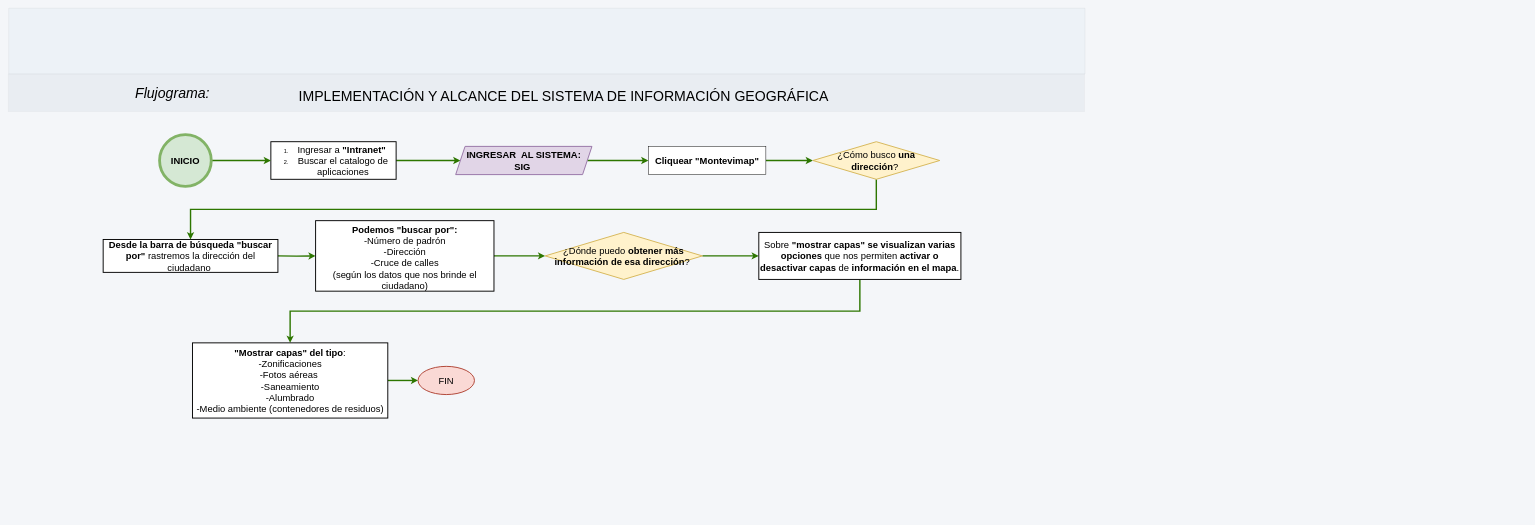
This is SIG_direcciones/SIG dirección.drawio from adlc20/Manual_de_procedimientos_ccz9, a draw.io file, before an edit. Source tidied: cells renumbered, new cells numbered last; positions are measured from the earlier drawing's top-left corner, leaving out a move shared by most shapes. Both pictures are drawn from the tidied source at 47%, with x=0, y=0 at pixel (8, 8).
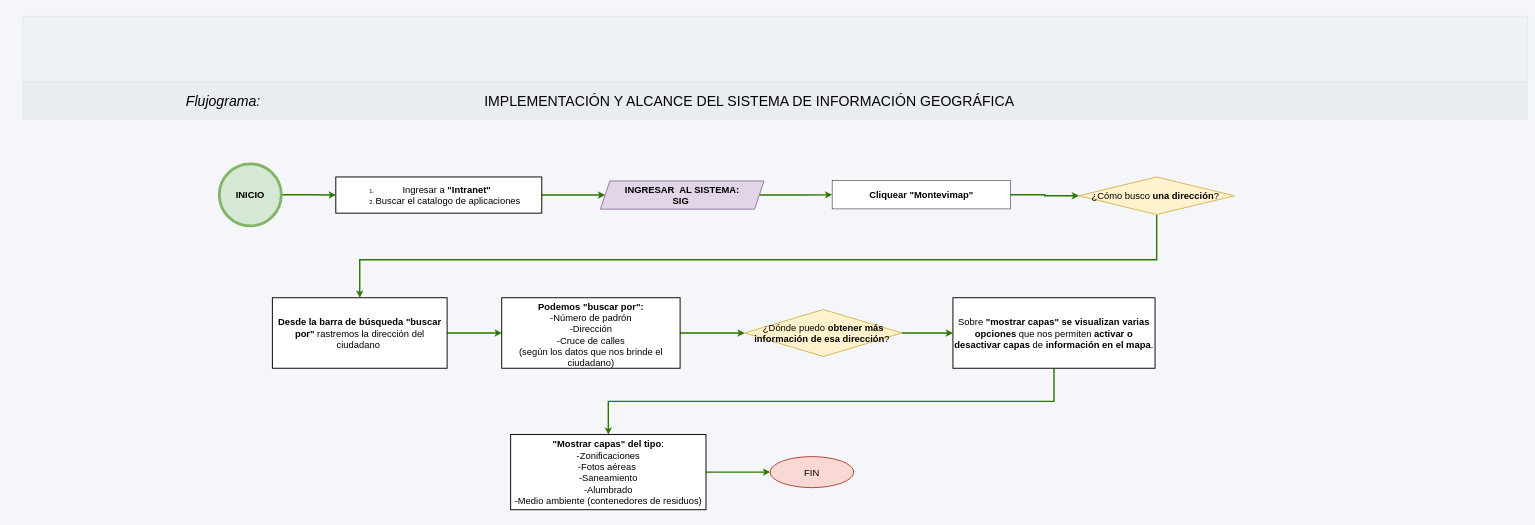
The same page after the edit.

Change to the diagram source:
```diff
@@
-    <mxCell id="2" style="verticalLabelPosition=bottom;verticalAlign=middle;html=1;shape=mxgraph.basic.patternFillRect;step=5;fillStrokeWidth=0.2;fillStrokeColor=#dddddd;fillColor=#EDF2F7;strokeWidth=0;dashed=1;dashPattern=1 4;rounded=1;align=center;fontFamily=Helvetica;fontSize=12;fontColor=#2D3748;" parent="1" vertex="1">
-      <mxGeometry x="1" width="2290" height="140" as="geometry" />
-    </mxCell>
-    <mxCell id="3" style="verticalLabelPosition=bottom;verticalAlign=top;html=1;shape=mxgraph.basic.patternFillRect;fillStyle=auto;step=5;fillStrokeWidth=0.2;fillStrokeColor=#dddddd;fillColor=#E0E5EB;strokeWidth=0;strokeColor=default;opacity=50;fontColor=#ffffff;shadow=0;comic=0;align=center;fontFamily=Helvetica;fontSize=12;gradientColor=none;" parent="1" vertex="1">
-      <mxGeometry y="140" width="2290" height="80" as="geometry" />
-    </mxCell>
+    <mxCell id="27" style="verticalLabelPosition=bottom;verticalAlign=middle;html=1;shape=mxgraph.basic.patternFillRect;step=5;fillStrokeWidth=0.2;fillStrokeColor=#dddddd;fillColor=#EDF2F7;strokeWidth=0;dashed=1;dashPattern=1 4;rounded=1;align=center;fontFamily=Helvetica;fontSize=12;fontColor=#2D3748;" parent="1" vertex="1">
+      <mxGeometry x="31" y="17" width="3202" height="140" as="geometry" />
+    </mxCell>
+    <mxCell id="28" style="verticalLabelPosition=bottom;verticalAlign=top;html=1;shape=mxgraph.basic.patternFillRect;fillStyle=auto;step=5;fillStrokeWidth=0.2;fillStrokeColor=#dddddd;fillColor=#E0E5EB;strokeWidth=0;strokeColor=default;opacity=50;fontColor=#ffffff;shadow=0;comic=0;align=center;fontFamily=Helvetica;fontSize=12;gradientColor=none;" parent="1" vertex="1">
+      <mxGeometry x="31" y="157" width="3202" height="80" as="geometry" />
+    </mxCell>
     <mxCell id="4" value="&lt;font style=&quot;font-size: 30px;&quot;&gt;&lt;i&gt;Flujograma:&lt;/i&gt;&lt;/font&gt;" style="text;html=1;whiteSpace=wrap;strokeColor=none;fillColor=none;align=center;verticalAlign=middle;rounded=0;" parent="1" vertex="1">
-      <mxGeometry x="211" y="163.5" width="277" height="33" as="geometry" />
+      <mxGeometry x="319" y="180.5" width="277" height="33" as="geometry" />
     </mxCell>
     <mxCell id="5" value="&lt;font&gt;&lt;span style=&quot;font-style: normal;&quot;&gt;IMPLEMENTACIÓN Y ALCANCE DEL SISTEMA DE INFORMACIÓN GEOGRÁFICA&amp;nbsp;&lt;/span&gt;&lt;/font&gt;" style="text;html=1;whiteSpace=wrap;strokeColor=none;fillColor=none;align=center;verticalAlign=middle;rounded=0;fontStyle=2;fontSize=30;" parent="1" vertex="1">
-      <mxGeometry x="580" y="163.5" width="1212" height="47.5" as="geometry" />
+      <mxGeometry x="975" y="173.2" width="1212" height="47.5" as="geometry" />
     </mxCell>
@@
     <mxCell id="7" value="&lt;font style=&quot;font-size: 20px;&quot;&gt;&lt;b&gt;Cliquear &quot;Montevimap&quot;&lt;/b&gt;&lt;/font&gt;" style="rounded=0;whiteSpace=wrap;html=1;" parent="1" vertex="1">
-      <mxGeometry x="1362" y="294" width="250" height="60" as="geometry" />
+      <mxGeometry x="1753" y="367" width="379.5" height="60" as="geometry" />
     </mxCell>
@@
     <mxCell id="9" value="&lt;ol&gt;&lt;li&gt;&lt;font style=&quot;font-size: 20px;&quot;&gt;Ingresar a &lt;b&gt;&quot;Intranet&quot;&lt;/b&gt;&amp;nbsp;&lt;/font&gt;&lt;/li&gt;&lt;li&gt;&lt;font style=&quot;font-size: 20px;&quot;&gt;Buscar el catalogo de aplicaciones&lt;/font&gt;&lt;/li&gt;&lt;/ol&gt;" style="rounded=0;whiteSpace=wrap;html=1;strokeWidth=2;" parent="1" vertex="1">
-      <mxGeometry x="558.8" y="284" width="266.5" height="80" as="geometry" />
+      <mxGeometry x="697" y="359" width="438.2" height="77" as="geometry" />
     </mxCell>
-    <mxCell id="10" style="edgeStyle=orthogonalEdgeStyle;rounded=0;jettySize=auto;html=1;entryX=0;entryY=0.5;entryDx=0;entryDy=0;fillColor=#60a917;strokeColor=#2D7600;strokeWidth=3;" parent="1" edge="1" target="13">
-      <mxGeometry relative="1" as="geometry">
-        <mxPoint x="572" y="527" as="sourcePoint" />
-      </mxGeometry>
-    </mxCell>
+    <mxCell id="29" style="edgeStyle=orthogonalEdgeStyle;rounded=0;jettySize=auto;html=1;entryX=0;entryY=0.5;entryDx=0;entryDy=0;fillColor=#60a917;strokeColor=#2D7600;strokeWidth=3;exitX=1;exitY=0.5;exitDx=0;exitDy=0;" parent="1" edge="1" source="11" target="13">
+      <mxGeometry relative="1" as="geometry" />
+    </mxCell>
     <mxCell id="11" value="&lt;font style=&quot;font-size: 20px;&quot;&gt;&lt;b&gt;Desde la barra&lt;/b&gt; &lt;b&gt;de búsqueda &quot;buscar por&quot;&lt;/b&gt; rastremos la dirección del ciudadano&amp;nbsp;&lt;/font&gt;" style="rounded=0;whiteSpace=wrap;html=1;strokeWidth=2;" parent="1" vertex="1">
-      <mxGeometry x="202" y="492" width="371.8" height="70" as="geometry" />
+      <mxGeometry x="562" y="616" width="371.8" height="150" as="geometry" />
     </mxCell>
@@
     <mxCell id="13" value="&lt;div style=&quot;&quot;&gt;&lt;font style=&quot;font-size: 20px;&quot;&gt;&lt;br&gt;&lt;/font&gt;&lt;/div&gt;&lt;div style=&quot;&quot;&gt;&lt;span style=&quot;background-color: transparent; color: light-dark(rgb(0, 0, 0), rgb(255, 255, 255));&quot;&gt;&lt;font style=&quot;font-size: 20px;&quot;&gt;&lt;b&gt;Podemos &quot;buscar por&quot;:&lt;/b&gt;&lt;/font&gt;&lt;/span&gt;&lt;/div&gt;&lt;div style=&quot;&quot;&gt;&lt;font style=&quot;font-size: 20px;&quot;&gt;-Número de padrón&lt;/font&gt;&lt;/div&gt;&lt;div style=&quot;&quot;&gt;&lt;font style=&quot;font-size: 20px;&quot;&gt;-Dirección&lt;/font&gt;&lt;/div&gt;&lt;div style=&quot;&quot;&gt;&lt;font style=&quot;font-size: 20px;&quot;&gt;-Cruce de calles&lt;/font&gt;&lt;/div&gt;&lt;div style=&quot;&quot;&gt;&lt;font style=&quot;font-size: 20px;&quot;&gt;(según los datos que nos brinde el ciudadano)&lt;/font&gt;&lt;/div&gt;&lt;div&gt;&lt;div style=&quot;&quot;&gt;&lt;span style=&quot;font-size: 14px;&quot;&gt;&lt;br&gt;&lt;/span&gt;&lt;/div&gt;&lt;/div&gt;" style="rounded=0;whiteSpace=wrap;html=1;strokeWidth=2;" parent="1" vertex="1">
-      <mxGeometry x="654" y="452" width="379.5" height="150" as="geometry" />
+      <mxGeometry x="1050" y="616" width="379.5" height="150" as="geometry" />
     </mxCell>
     <mxCell id="14" style="edgeStyle=orthogonalEdgeStyle;rounded=0;jettySize=auto;html=1;exitX=0.5;exitY=1;exitDx=0;exitDy=0;entryX=0.5;entryY=0;entryDx=0;entryDy=0;fillColor=#60a917;strokeColor=#2D7600;strokeWidth=3;" parent="1" edge="1" source="15" target="11">
-      <mxGeometry relative="1" as="geometry" />
+      <mxGeometry relative="1" as="geometry">
+        <Array as="points">
+          <mxPoint x="2443.5" y="535.2" />
+          <mxPoint x="747.8" y="535.2" />
+        </Array>
+      </mxGeometry>
     </mxCell>
     <mxCell id="15" value="&lt;font style=&quot;font-size: 20px;&quot;&gt;¿Cómo busco &lt;b&gt;una dirección&lt;/b&gt;?&amp;nbsp;&lt;/font&gt;" style="rhombus;whiteSpace=wrap;html=1;fillColor=#fff2cc;strokeColor=#d6b656;strokeWidth=2;" parent="1" vertex="1">
-      <mxGeometry x="1712" y="284" width="270" height="80" as="geometry" />
+      <mxGeometry x="2278" y="359" width="331" height="80" as="geometry" />
     </mxCell>
@@
     <mxCell id="17" value="&lt;font style=&quot;font-size: 20px;&quot;&gt;¿Dónde puedo &lt;b&gt;obtener más información de esa dirección&lt;/b&gt;?&amp;nbsp;&lt;/font&gt;" style="rhombus;whiteSpace=wrap;html=1;fillColor=#fff2cc;strokeColor=#d6b656;strokeWidth=2;" parent="1" vertex="1">
-      <mxGeometry x="1142.4" y="477" width="334.5" height="100" as="geometry" />
+      <mxGeometry x="1567" y="641" width="334.5" height="100" as="geometry" />
     </mxCell>
@@
     <mxCell id="19" value="&lt;div style=&quot;&quot;&gt;&lt;span style=&quot;font-size: 20px;&quot;&gt;&lt;br&gt;&lt;/span&gt;&lt;/div&gt;&lt;div style=&quot;&quot;&gt;&lt;span style=&quot;font-size: 20px;&quot;&gt;Sobre &lt;b&gt;&quot;mostrar capas&quot; se visualizan varias opciones&lt;/b&gt; que nos permiten &lt;b&gt;activar o desactivar capas&lt;/b&gt; de &lt;b&gt;información en el mapa&lt;/b&gt;.&lt;/span&gt;&lt;/div&gt;&lt;div style=&quot;&quot;&gt;&lt;span style=&quot;font-size: 20px;&quot;&gt;&lt;br&gt;&lt;/span&gt;&lt;/div&gt;" style="rounded=0;whiteSpace=wrap;html=1;strokeWidth=2;" parent="1" vertex="1">
-      <mxGeometry x="1597" y="477" width="430" height="100" as="geometry" />
+      <mxGeometry x="2010" y="616" width="430" height="150" as="geometry" />
     </mxCell>
@@
     <mxCell id="22" value="&lt;div style=&quot;&quot;&gt;&lt;span style=&quot;font-size: 20px;&quot;&gt;&amp;nbsp;&lt;/span&gt;&lt;/div&gt;&lt;div style=&quot;&quot;&gt;&lt;span style=&quot;font-size: 20px;&quot;&gt;&lt;b&gt;&quot;Mostrar capas&quot; del tipo&lt;/b&gt;:&lt;/span&gt;&lt;/div&gt;&lt;div style=&quot;&quot;&gt;&lt;span style=&quot;font-size: 20px;&quot;&gt;-Zonificaciones&lt;/span&gt;&lt;/div&gt;&lt;div style=&quot;&quot;&gt;&lt;span style=&quot;font-size: 20px;&quot;&gt;-Fotos aéreas&amp;nbsp;&lt;/span&gt;&lt;/div&gt;&lt;div style=&quot;&quot;&gt;&lt;span style=&quot;font-size: 20px;&quot;&gt;-Saneamiento&lt;/span&gt;&lt;/div&gt;&lt;div style=&quot;&quot;&gt;&lt;span style=&quot;font-size: 20px;&quot;&gt;-Alumbrado&lt;/span&gt;&lt;/div&gt;&lt;div style=&quot;&quot;&gt;&lt;span style=&quot;font-size: 20px;&quot;&gt;-Medio ambiente (contenedores de residuos)&lt;/span&gt;&lt;/div&gt;&lt;div style=&quot;&quot;&gt;&lt;span style=&quot;font-size: 20px;&quot;&gt;&lt;br&gt;&lt;/span&gt;&lt;/div&gt;" style="rounded=0;whiteSpace=wrap;html=1;strokeWidth=2;" parent="1" vertex="1">
-      <mxGeometry x="392" y="712" width="415.6" height="160" as="geometry" />
+      <mxGeometry x="1069" y="907" width="415.6" height="160" as="geometry" />
     </mxCell>
     <mxCell id="23" value="&lt;font style=&quot;font-size: 20px;&quot;&gt;FIN&lt;/font&gt;" style="ellipse;whiteSpace=wrap;html=1;fillColor=#fad9d5;strokeColor=#ae4132;strokeWidth=2;" parent="1" vertex="1">
-      <mxGeometry x="872" y="762" width="120" height="60" as="geometry" />
+      <mxGeometry x="1621" y="954" width="178" height="66" as="geometry" />
     </mxCell>
@@
     <mxCell id="25" value="&lt;font style=&quot;font-size: 20px;&quot;&gt;&lt;b&gt;&amp;nbsp;INGRESAR&amp;nbsp; AL SISTEMA:&amp;nbsp;&lt;/b&gt;&lt;/font&gt;&lt;div&gt;&lt;font style=&quot;font-size: 20px;&quot;&gt;&lt;b&gt;SIG&amp;nbsp;&lt;/b&gt;&lt;/font&gt;&lt;/div&gt;" style="shape=parallelogram;perimeter=parallelogramPerimeter;whiteSpace=wrap;html=1;fixedSize=1;fillColor=#e1d5e7;strokeColor=#9673a6;strokeWidth=2;" parent="1" vertex="1">
-      <mxGeometry x="952" y="294" width="290" height="60" as="geometry" />
+      <mxGeometry x="1260" y="367.5" width="348" height="60" as="geometry" />
     </mxCell>
     <mxCell id="26" value="&lt;font style=&quot;font-size: 20px;&quot;&gt;&lt;b&gt;INICIO&lt;/b&gt;&lt;/font&gt;" style="ellipse;whiteSpace=wrap;html=1;fillColor=#D5E8D4;strokeColor=#82b366;strokeWidth=6;gradientColor=none;" parent="1" vertex="1">
-      <mxGeometry x="322" y="269" width="110" height="110" as="geometry" />
+      <mxGeometry x="449" y="331" width="132" height="132" as="geometry" />
     </mxCell>
```
